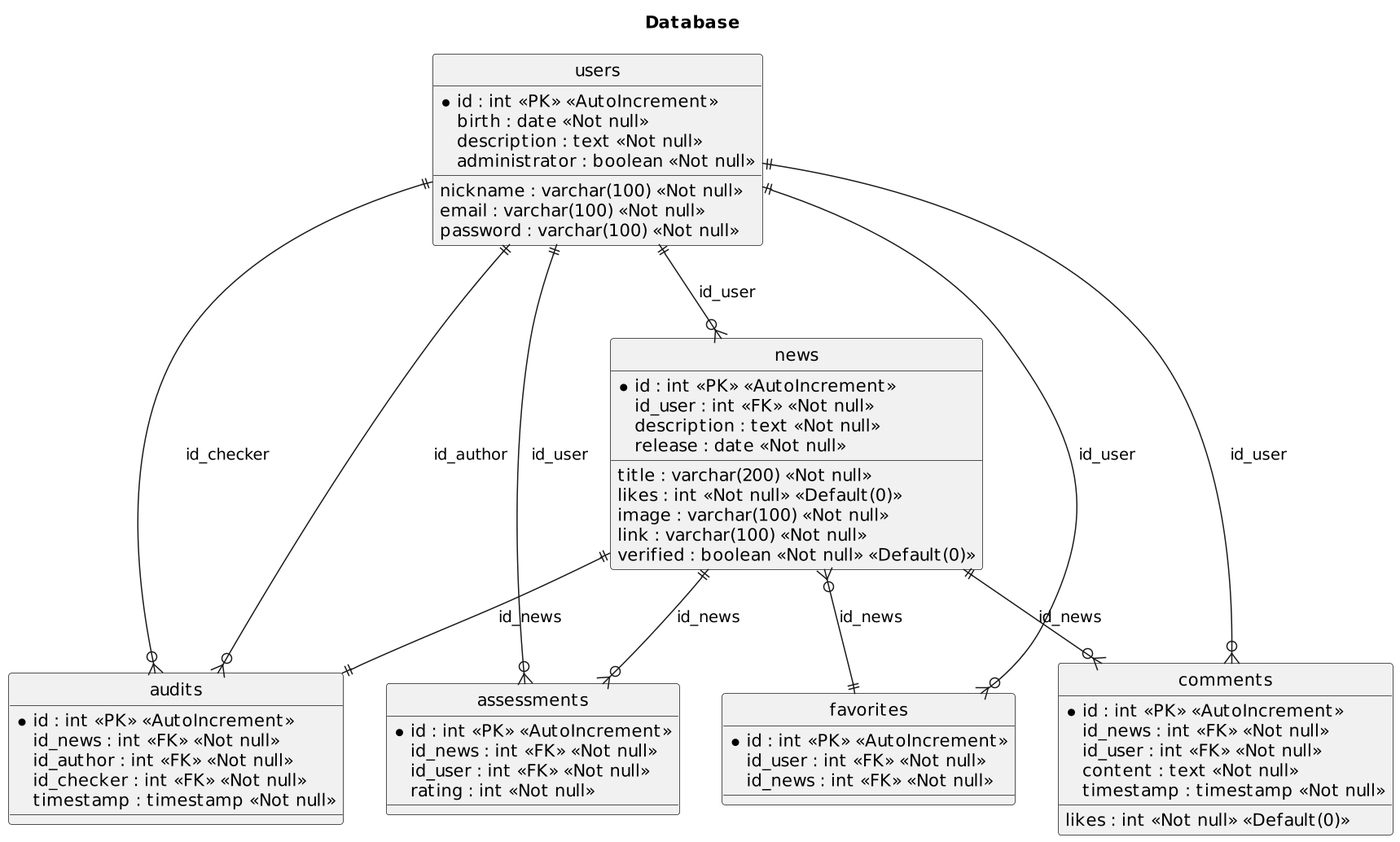
Before: database/context/PlantUML.png, a diagram exported from PlantUML (Lorsuz/API-MFT). Source of this version:
```plantuml
@startuml
title Database
	hide circle
	scale 1.5

	entity "users" as users {
		*id : int <<PK>> <<AutoIncrement>>
		nickname : varchar(100) <<Not null>>
		email : varchar(100) <<Not null>>
		password : varchar(100) <<Not null>>
		birth : date <<Not null>>
		description : text <<Not null>>
		administrator : boolean <<Not null>>
	}

	entity "news" as news {
		*id : int <<PK>> <<AutoIncrement>>
		id_user : int <<FK>> <<Not null>>
		title : varchar(200) <<Not null>>
		description : text <<Not null>>
		release : date <<Not null>>
		likes : int <<Not null>> <<Default(0)>>
		image : varchar(100) <<Not null>>
		link : varchar(100) <<Not null>>
		verified : boolean <<Not null>> <<Default(0)>>
	}

	entity "audits" as audits {
		*id : int <<PK>> <<AutoIncrement>>
		id_news : int <<FK>> <<Not null>>
		id_author : int <<FK>> <<Not null>>
		id_checker : int <<FK>> <<Not null>>
		timestamp : timestamp <<Not null>>
	}

	entity "assessments" as assessments {
		*id : int <<PK>> <<AutoIncrement>>
		id_news : int <<FK>> <<Not null>>
		id_user : int <<FK>> <<Not null>>
		rating : int <<Not null>>
	}

	entity "favorites" as favorites {
		*id : int <<PK>> <<AutoIncrement>>
		id_user : int <<FK>> <<Not null>>
		id_news : int <<FK>> <<Not null>>
	}

	entity "comments" as comments {
		*id : int <<PK>> <<AutoIncrement>>
		id_news : int <<FK>> <<Not null>>
		id_user : int <<FK>> <<Not null>>
		content : text <<Not null>>
		timestamp : timestamp <<Not null>>
		likes : int <<Not null>> <<Default(0)>>
	}

	users ||--o{ news : id_user
	news ||--||  audits : id_news
	users ||--o{ audits : id_author
	users ||--o{ audits : id_checker
	news ||--o{ assessments : id_news
	users ||--o{ assessments : id_user
	users ||--o{ favorites : id_user
	news }o--|| favorites : id_news
	news ||--o{ comments : id_news
	users ||--o{ comments : id_user
@enduml
```
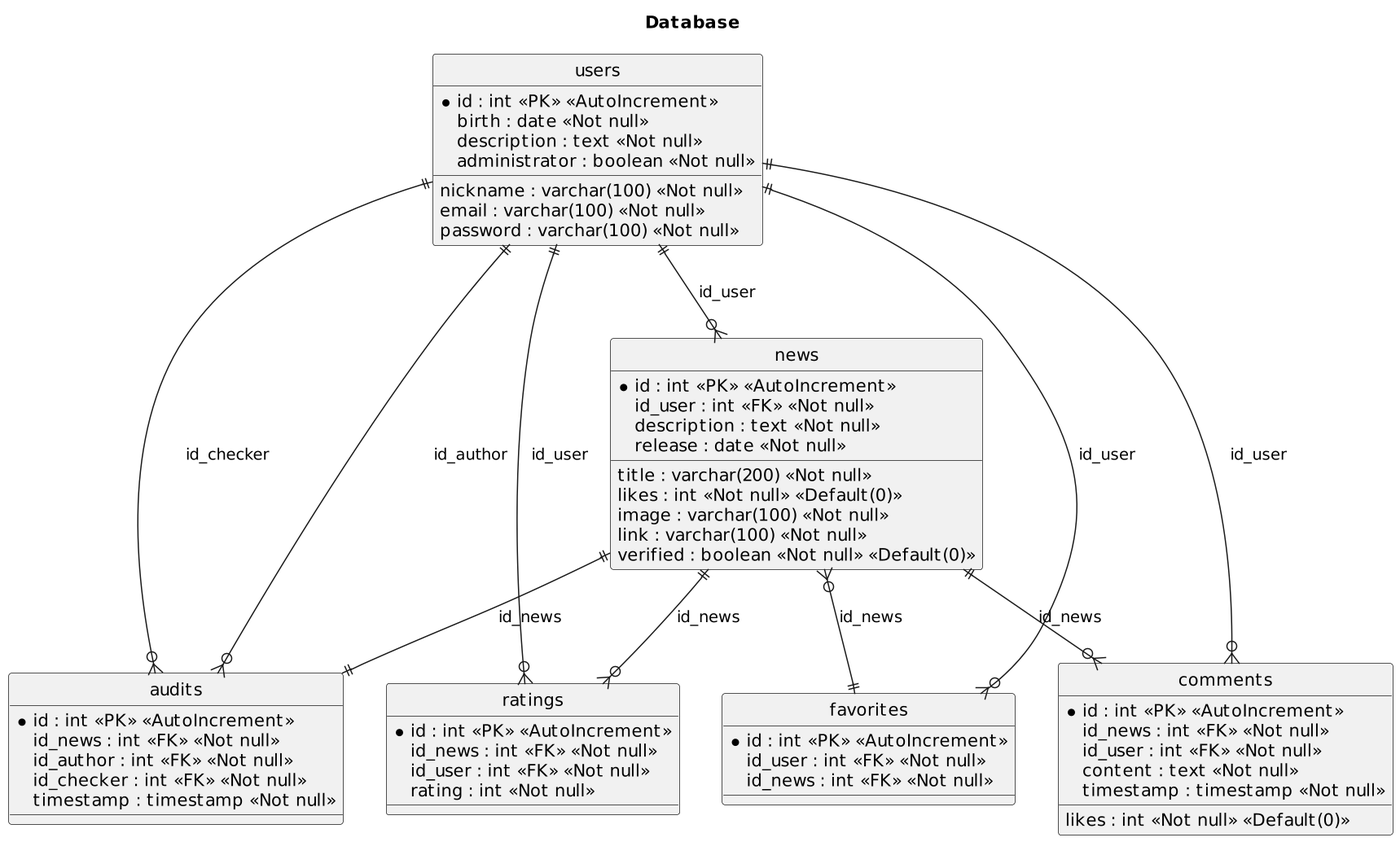
After the change.

Change to the diagram source:
```diff
@@ -33,7 +33,7 @@
 		timestamp : timestamp <<Not null>>
 	}
 
-	entity "assessments" as assessments {
+	entity "ratings" as ratings {
 		*id : int <<PK>> <<AutoIncrement>>
 		id_news : int <<FK>> <<Not null>>
 		id_user : int <<FK>> <<Not null>>
@@ -59,8 +59,8 @@
 	news ||--||  audits : id_news
 	users ||--o{ audits : id_author
 	users ||--o{ audits : id_checker
-	news ||--o{ assessments : id_news
-	users ||--o{ assessments : id_user
+	news ||--o{ ratings : id_news
+	users ||--o{ ratings : id_user
 	users ||--o{ favorites : id_user
 	news }o--|| favorites : id_news
 	news ||--o{ comments : id_news
```
